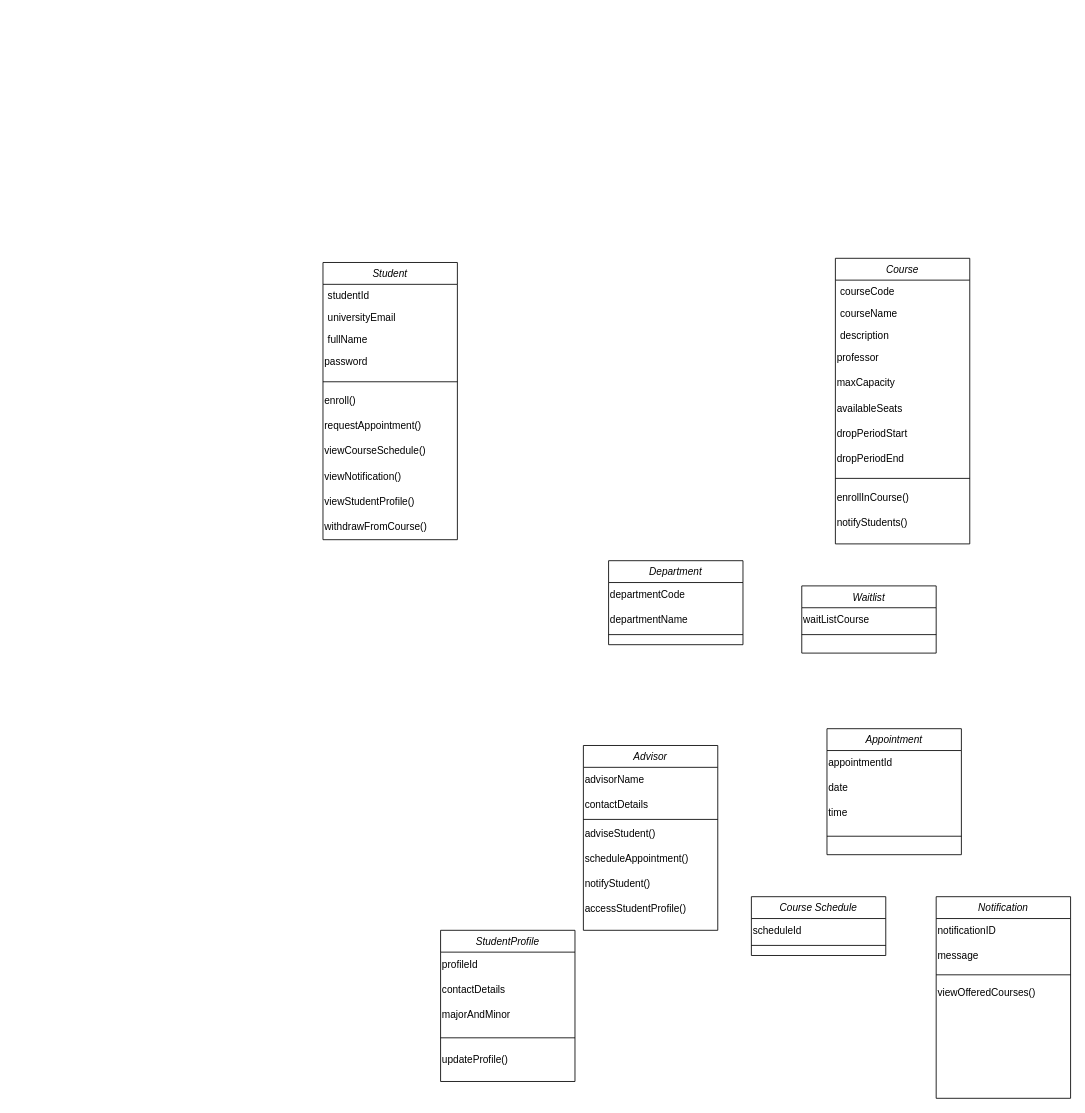
The draw.io diagram Assignment 1.drawio in sirfan123/1530, before the edit. Source tidied: cells renumbered, new cells numbered last; positions are measured from the earlier drawing's top-left corner, leaving out a move shared by most shapes. Both pictures are drawn from the tidied source at 84%, with x=0, y=0 at pixel (323, 258).
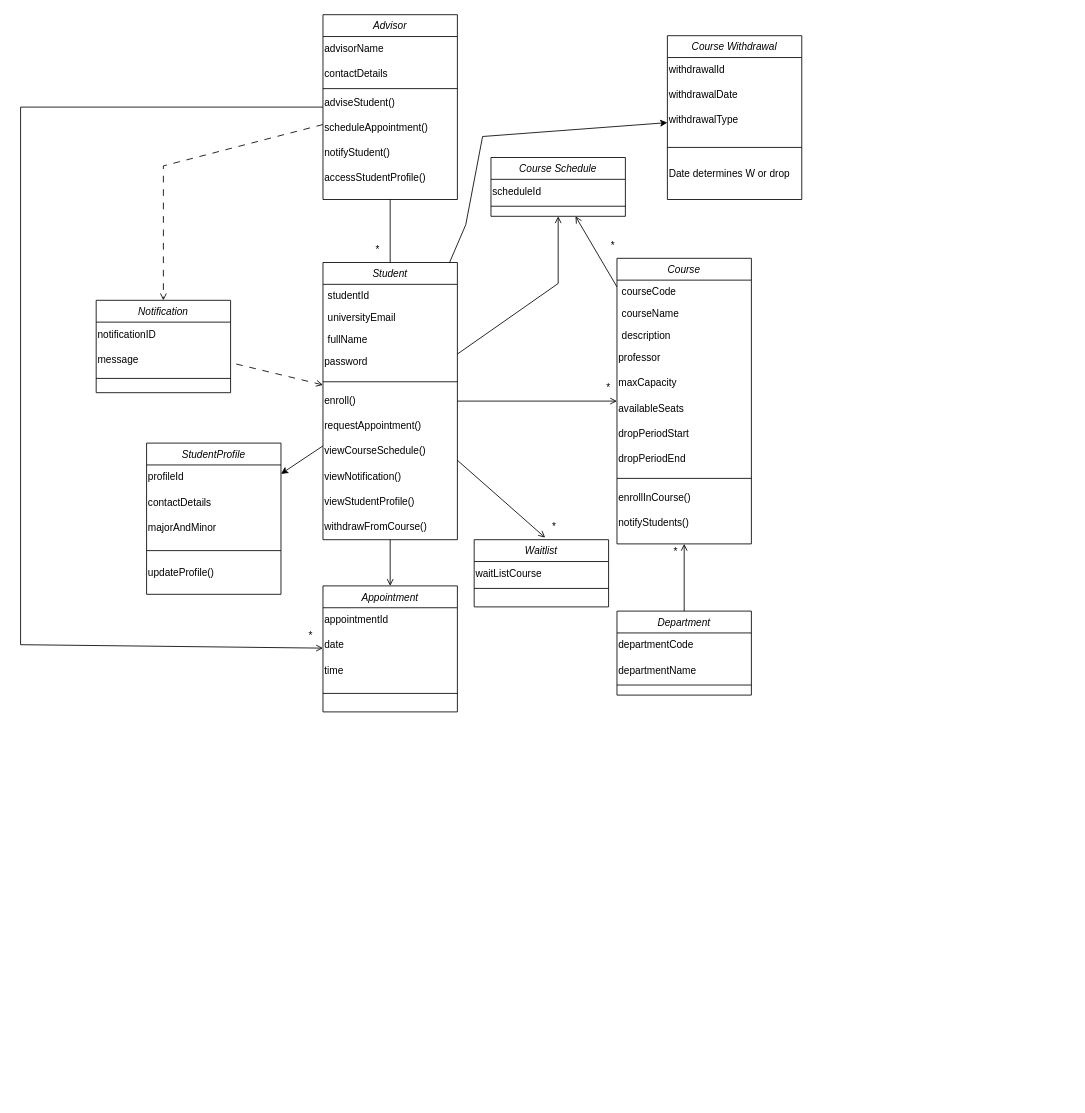
After the change.

The change refers to these unchanged cells:
```xml
<mxCell id="2" value="Student" style="swimlane;fontStyle=2;align=center;verticalAlign=top;horizontal=1;startSize=26;rounded=0;shadow=0;strokeWidth=1;" parent="1" vertex="1">
  <mxGeometry y="5" width="160" height="330" as="geometry" />
</mxCell>
```

What changed in the source:
```diff
@@
     <mxCell id="14" value="Course" style="swimlane;fontStyle=2;align=center;verticalAlign=top;horizontal=1;startSize=26;rounded=0;shadow=0;strokeWidth=1;" parent="1" vertex="1">
-      <mxGeometry x="610" width="160" height="340" as="geometry" />
+      <mxGeometry x="350" width="160" height="340" as="geometry" />
     </mxCell>
@@
     <mxCell id="26" value="Department" style="swimlane;fontStyle=2;align=center;verticalAlign=top;horizontal=1;startSize=26;rounded=0;shadow=0;strokeWidth=1;" parent="1" vertex="1">
-      <mxGeometry x="340" y="360" width="160" height="100" as="geometry" />
+      <mxGeometry x="350" y="420" width="160" height="100" as="geometry" />
     </mxCell>
@@
     <mxCell id="30" value="Waitlist" style="swimlane;fontStyle=2;align=center;verticalAlign=top;horizontal=1;startSize=26;rounded=0;shadow=0;strokeWidth=1;" parent="1" vertex="1">
-      <mxGeometry x="570" y="390" width="160" height="80" as="geometry" />
+      <mxGeometry x="180" y="335" width="160" height="80" as="geometry" />
     </mxCell>
@@
     <mxCell id="33" value="Advisor" style="swimlane;fontStyle=2;align=center;verticalAlign=top;horizontal=1;startSize=26;rounded=0;shadow=0;strokeWidth=1;" parent="1" vertex="1">
-      <mxGeometry x="310" y="580" width="160" height="220" as="geometry" />
+      <mxGeometry y="-290" width="160" height="220" as="geometry" />
     </mxCell>
@@
     <mxCell id="41" value="Appointment" style="swimlane;fontStyle=2;align=center;verticalAlign=top;horizontal=1;startSize=26;rounded=0;shadow=0;strokeWidth=1;" parent="1" vertex="1">
-      <mxGeometry x="600" y="560" width="160" height="150" as="geometry" />
+      <mxGeometry y="390" width="160" height="150" as="geometry" />
     </mxCell>
@@
     <mxCell id="46" value="Course Schedule" style="swimlane;fontStyle=2;align=center;verticalAlign=top;horizontal=1;startSize=26;rounded=0;shadow=0;strokeWidth=1;" parent="1" vertex="1">
-      <mxGeometry x="510" y="760" width="160" height="70" as="geometry" />
+      <mxGeometry x="200" y="-120" width="160" height="70" as="geometry" />
     </mxCell>
@@
     <mxCell id="49" value="Notification" style="swimlane;fontStyle=2;align=center;verticalAlign=top;horizontal=1;startSize=26;rounded=0;shadow=0;strokeWidth=1;" parent="1" vertex="1">
-      <mxGeometry x="730" y="760" width="160" height="240" as="geometry" />
+      <mxGeometry x="-270" y="50" width="160" height="110" as="geometry" />
     </mxCell>
@@
-    <mxCell id="53" value="viewOfferedCourses()" style="text;html=1;align=left;verticalAlign=middle;strokeColor=none;fillColor=none;" parent="49" vertex="1">
-      <mxGeometry y="100" width="160" height="30" as="geometry" />
-    </mxCell>
     <mxCell id="54" value="StudentProfile" style="swimlane;fontStyle=2;align=center;verticalAlign=top;horizontal=1;startSize=26;rounded=0;shadow=0;strokeWidth=1;" parent="1" vertex="1">
-      <mxGeometry x="140" y="800" width="160" height="180" as="geometry" />
+      <mxGeometry x="-210" y="220" width="160" height="180" as="geometry" />
     </mxCell>
@@
+    <mxCell id="60" style="endArrow=open;html=1;rounded=0;endFill=0;" parent="1" edge="1" source="2" target="14">
+      <mxGeometry relative="1" as="geometry" />
+    </mxCell>
+    <mxCell id="61" style="endArrow=open;html=1;rounded=0;endFill=0;" parent="1" edge="1" source="2" target="41">
+      <mxGeometry relative="1" as="geometry" />
+    </mxCell>
+    <mxCell id="62" value="*" style="text;html=1;strokeColor=none;fillColor=none;align=center;verticalAlign=middle;whiteSpace=wrap;rounded=0;" parent="1" vertex="1">
+      <mxGeometry x="310" y="140" width="60" height="30" as="geometry" />
+    </mxCell>
+    <mxCell id="63" style="endArrow=none;html=1;rounded=0;dashed=1;endFill=0;dashPattern=8 8;startArrow=open;startFill=0;" parent="1" edge="1" source="2" target="49">
+      <mxGeometry relative="1" as="geometry" />
+    </mxCell>
+    <mxCell id="64" style="endArrow=none;html=1;rounded=0;endFill=0;" parent="1" edge="1" source="2" target="33">
+      <mxGeometry relative="1" as="geometry" />
+    </mxCell>
+    <mxCell id="65" style="endArrow=open;html=1;rounded=0;endFill=0;" parent="1" edge="1" source="2" target="46">
+      <mxGeometry relative="1" as="geometry">
+        <Array as="points">
+          <mxPoint x="280" y="30" />
+        </Array>
+      </mxGeometry>
+    </mxCell>
+    <mxCell id="66" value="*" style="text;html=1;align=center;verticalAlign=middle;strokeColor=none;fillColor=none;" parent="1" vertex="1">
+      <mxGeometry x="50" y="-25" width="30" height="30" as="geometry" />
+    </mxCell>
+    <mxCell id="67" style="endArrow=open;html=1;rounded=0;endFill=0;" parent="1" edge="1" source="26" target="14">
+      <mxGeometry relative="1" as="geometry" />
+    </mxCell>
+    <mxCell id="68" value="*" style="text;html=1;strokeColor=none;fillColor=none;align=center;verticalAlign=middle;whiteSpace=wrap;rounded=0;" parent="1" vertex="1">
+      <mxGeometry x="390" y="335" width="60" height="30" as="geometry" />
+    </mxCell>
+    <mxCell id="69" style="endArrow=none;html=1;rounded=0;endFill=0;startArrow=open;startFill=0;" parent="1" edge="1" target="2">
+      <mxGeometry relative="1" as="geometry">
+        <mxPoint x="264.5" y="332.5" as="sourcePoint" />
+      </mxGeometry>
+    </mxCell>
+    <mxCell id="70" value="*" style="text;html=1;align=center;verticalAlign=middle;strokeColor=none;fillColor=none;" parent="1" vertex="1">
+      <mxGeometry x="260" y="305" width="30" height="30" as="geometry" />
+    </mxCell>
+    <mxCell id="71" style="endArrow=none;html=1;rounded=0;endFill=0;startArrow=open;startFill=0;" parent="1" edge="1" source="41" target="33">
+      <mxGeometry relative="1" as="geometry">
+        <Array as="points">
+          <mxPoint x="-360" y="460" />
+          <mxPoint x="-360" y="-180" />
+        </Array>
+      </mxGeometry>
+    </mxCell>
+    <mxCell id="72" value="*" style="text;html=1;align=center;verticalAlign=middle;strokeColor=none;fillColor=none;" parent="1" vertex="1">
+      <mxGeometry x="-30" y="435" width="30" height="30" as="geometry" />
+    </mxCell>
+    <mxCell id="73" style="endArrow=open;html=1;rounded=0;dashed=1;dashPattern=8 8;endFill=0;" parent="1" edge="1" source="33" target="49">
+      <mxGeometry relative="1" as="geometry">
+        <Array as="points">
+          <mxPoint x="-190" y="-110" />
+        </Array>
+      </mxGeometry>
+    </mxCell>
+    <mxCell id="74" style="endArrow=classic;html=1;rounded=0;" parent="1" edge="1" source="2" target="54">
+      <mxGeometry relative="1" as="geometry" />
+    </mxCell>
+    <mxCell id="75" style="endArrow=open;html=1;rounded=0;endFill=0;" parent="1" edge="1" source="14" target="46">
+      <mxGeometry relative="1" as="geometry" />
+    </mxCell>
+    <mxCell id="76" value="*" style="text;html=1;align=center;verticalAlign=middle;strokeColor=none;fillColor=none;" parent="1" vertex="1">
+      <mxGeometry x="330" y="-30" width="30" height="30" as="geometry" />
+    </mxCell>
+    <mxCell id="77" value="Course Withdrawal" style="swimlane;fontStyle=2;align=center;verticalAlign=top;horizontal=1;startSize=26;rounded=0;shadow=0;strokeWidth=1;" parent="1" vertex="1">
+      <mxGeometry x="410" y="-265" width="160" height="195" as="geometry" />
+    </mxCell>
+    <mxCell id="78" value="withdrawalId" style="text;html=1;align=left;verticalAlign=middle;strokeColor=none;fillColor=none;" parent="77" vertex="1">
+      <mxGeometry y="26" width="160" height="30" as="geometry" />
+    </mxCell>
+    <mxCell id="79" value="withdrawalDate" style="text;html=1;align=left;verticalAlign=middle;strokeColor=none;fillColor=none;" parent="77" vertex="1">
+      <mxGeometry y="56" width="160" height="30" as="geometry" />
+    </mxCell>
+    <mxCell id="80" value="withdrawalType" style="text;html=1;align=left;verticalAlign=middle;strokeColor=none;fillColor=none;" parent="77" vertex="1">
+      <mxGeometry y="86" width="160" height="30" as="geometry" />
+    </mxCell>
+    <mxCell id="81" style="line;html=1;strokeWidth=1;align=left;verticalAlign=middle;spacingTop=-1;spacingLeft=3;spacingRight=3;labelPosition=right;" parent="77" vertex="1">
+      <mxGeometry y="116" width="160" height="34" as="geometry" />
+    </mxCell>
+    <mxCell id="82" value="Date determines W or drop" style="text;html=1;align=left;verticalAlign=middle;strokeColor=none;fillColor=none;" parent="77" vertex="1">
+      <mxGeometry y="150" width="160" height="30" as="geometry" />
+    </mxCell>
+    <mxCell id="83" style="endArrow=classic;html=1;rounded=0;" parent="1" edge="1" source="2" target="77">
+      <mxGeometry relative="1" as="geometry">
+        <Array as="points">
+          <mxPoint x="170" y="-40" />
+          <mxPoint x="190" y="-145" />
+        </Array>
+      </mxGeometry>
+    </mxCell>
```
